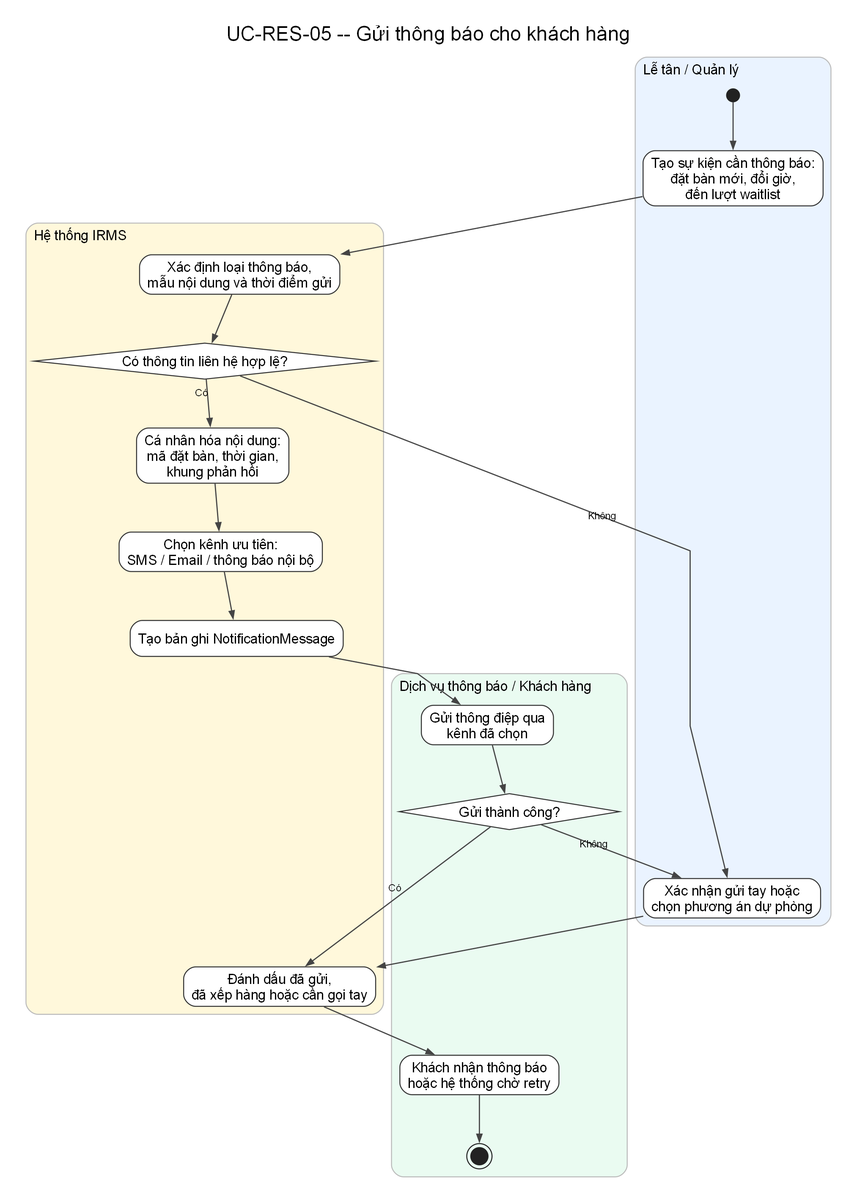
Before: assets/diagrams/rendered/activity/uc-res-05-notify-customer.png, a diagram exported from Graphviz (lehoangluan1/SA_IRMS). Its source is kept beside it as assets/diagrams/source/activity/uc-res-05-notify-customer.dot. Source of this version:
```dot
digraph G {
  charset="UTF-8";
  graph [rankdir=TB, newrank=true, splines=polyline, nodesep=0.38, ranksep=0.68, pad=0.25, dpi=170, bgcolor="white", fontname="Arial"];
  node [fontname="Arial"];
  edge [fontname="Arial", fontsize=10, color="#444444", penwidth=1.15, arrowsize=0.75];
  labelloc="t"; labeljust="c"; fontsize=20; fontname="Arial"; label="UC-RES-05 -- Gửi thông báo cho khách hàng";

  subgraph cluster_l1 {
    style="rounded,filled"; fillcolor="#EAF3FF"; color="#BBBBBB"; penwidth=1.0;
    label="Lễ tân / Quản lý"; fontsize=14; labelloc="t"; labeljust="l";
    n0 [shape=circle, label="", width=0.18, height=0.18, fixedsize=true, style=filled, fillcolor="#222222", color="#222222"];
    n1 [label="Tạo sự kiện cần thông báo:\nđặt bàn mới, đổi giờ,\nđến lượt waitlist", shape=rect, style="rounded,filled", fillcolor="white", color="#333333"];
    n8 [label="Xác nhận gửi tay hoặc\nchọn phương án dự phòng", shape=rect, style="rounded,filled", fillcolor="white", color="#333333"];
  }

  subgraph cluster_l2 {
    style="rounded,filled"; fillcolor="#FFF8DB"; color="#BBBBBB"; penwidth=1.0;
    label="Hệ thống IRMS"; fontsize=14; labelloc="t"; labeljust="l";
    n2 [label="Xác định loại thông báo,\nmẫu nội dung và thời điểm gửi", shape=rect, style="rounded,filled", fillcolor="white", color="#333333"];
    n3 [label="Có thông tin liên hệ hợp lệ?", shape=diamond, style="filled", fillcolor="white", color="#333333"];
    n4 [label="Cá nhân hóa nội dung:\nmã đặt bàn, thời gian,\nkhung phản hồi", shape=rect, style="rounded,filled", fillcolor="white", color="#333333"];
    n5 [label="Chọn kênh ưu tiên:\nSMS / Email / thông báo nội bộ", shape=rect, style="rounded,filled", fillcolor="white", color="#333333"];
    n7 [label="Tạo bản ghi NotificationMessage", shape=rect, style="rounded,filled", fillcolor="white", color="#333333"];
    n10 [label="Đánh dấu đã gửi,\nđã xếp hàng hoặc cần gọi tay", shape=rect, style="rounded,filled", fillcolor="white", color="#333333"];
  }

  subgraph cluster_l3 {
    style="rounded,filled"; fillcolor="#EAFBF1"; color="#BBBBBB"; penwidth=1.0;
    label="Dịch vụ thông báo / Khách hàng"; fontsize=14; labelloc="t"; labeljust="l";
    n6 [label="Gửi thông điệp qua\nkênh đã chọn", shape=rect, style="rounded,filled", fillcolor="white", color="#333333"];
    n9 [label="Gửi thành công?", shape=diamond, style="filled", fillcolor="white", color="#333333"];
    n11 [label="Khách nhận thông báo\nhoặc hệ thống chờ retry", shape=rect, style="rounded,filled", fillcolor="white", color="#333333"];
    n12 [shape=doublecircle, label="", width=0.24, height=0.24, fixedsize=true, style=filled, fillcolor="#222222", color="#222222"];
  }

  n0 -> n1;
  n1 -> n2;
  n2 -> n3;
  n3 -> n4 [xlabel="Có"];
  n3 -> n8 [xlabel="Không"];
  n4 -> n5;
  n5 -> n7;
  n7 -> n6;
  n6 -> n9;
  n9 -> n10 [xlabel="Có"];
  n9 -> n8 [xlabel="Không"];
  n8 -> n10;
  n10 -> n11;
  n11 -> n12;
}
```
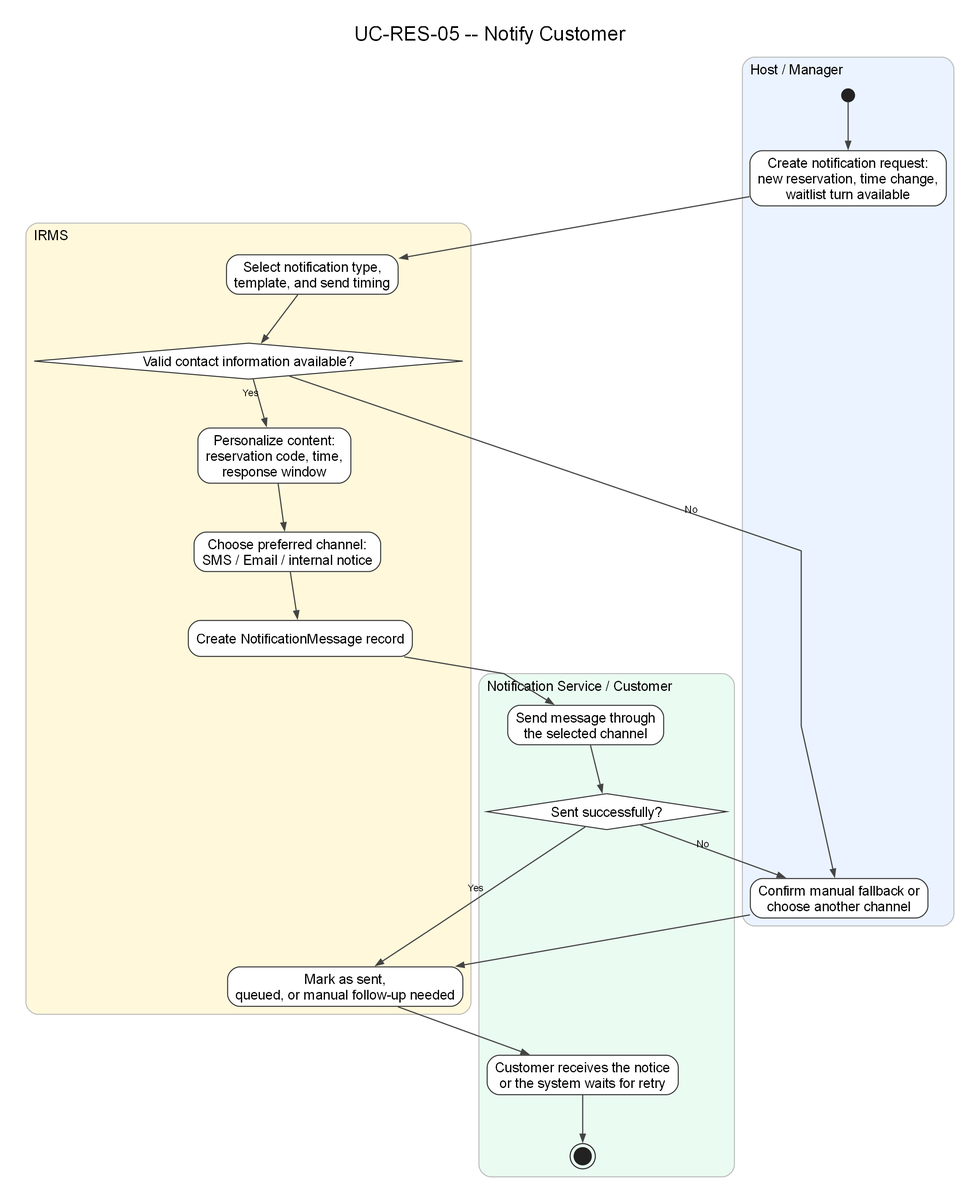
After the change.

What changed in the source:
```diff
@@ -3,47 +3,47 @@
   graph [rankdir=TB, newrank=true, splines=polyline, nodesep=0.38, ranksep=0.68, pad=0.25, dpi=170, bgcolor="white", fontname="Arial"];
   node [fontname="Arial"];
   edge [fontname="Arial", fontsize=10, color="#444444", penwidth=1.15, arrowsize=0.75];
-  labelloc="t"; labeljust="c"; fontsize=20; fontname="Arial"; label="UC-RES-05 -- Gửi thông báo cho khách hàng";
+  labelloc="t"; labeljust="c"; fontsize=20; fontname="Arial"; label="UC-RES-05 -- Notify Customer";
 
   subgraph cluster_l1 {
     style="rounded,filled"; fillcolor="#EAF3FF"; color="#BBBBBB"; penwidth=1.0;
-    label="Lễ tân / Quản lý"; fontsize=14; labelloc="t"; labeljust="l";
+    label="Host / Manager"; fontsize=14; labelloc="t"; labeljust="l";
     n0 [shape=circle, label="", width=0.18, height=0.18, fixedsize=true, style=filled, fillcolor="#222222", color="#222222"];
-    n1 [label="Tạo sự kiện cần thông báo:\nđặt bàn mới, đổi giờ,\nđến lượt waitlist", shape=rect, style="rounded,filled", fillcolor="white", color="#333333"];
-    n8 [label="Xác nhận gửi tay hoặc\nchọn phương án dự phòng", shape=rect, style="rounded,filled", fillcolor="white", color="#333333"];
+    n1 [label="Create notification request:\nnew reservation, time change,\nwaitlist turn available", shape=rect, style="rounded,filled", fillcolor="white", color="#333333"];
+    n8 [label="Confirm manual fallback or\nchoose another channel", shape=rect, style="rounded,filled", fillcolor="white", color="#333333"];
   }
 
   subgraph cluster_l2 {
     style="rounded,filled"; fillcolor="#FFF8DB"; color="#BBBBBB"; penwidth=1.0;
-    label="Hệ thống IRMS"; fontsize=14; labelloc="t"; labeljust="l";
-    n2 [label="Xác định loại thông báo,\nmẫu nội dung và thời điểm gửi", shape=rect, style="rounded,filled", fillcolor="white", color="#333333"];
-    n3 [label="Có thông tin liên hệ hợp lệ?", shape=diamond, style="filled", fillcolor="white", color="#333333"];
-    n4 [label="Cá nhân hóa nội dung:\nmã đặt bàn, thời gian,\nkhung phản hồi", shape=rect, style="rounded,filled", fillcolor="white", color="#333333"];
-    n5 [label="Chọn kênh ưu tiên:\nSMS / Email / thông báo nội bộ", shape=rect, style="rounded,filled", fillcolor="white", color="#333333"];
-    n7 [label="Tạo bản ghi NotificationMessage", shape=rect, style="rounded,filled", fillcolor="white", color="#333333"];
-    n10 [label="Đánh dấu đã gửi,\nđã xếp hàng hoặc cần gọi tay", shape=rect, style="rounded,filled", fillcolor="white", color="#333333"];
+    label="IRMS"; fontsize=14; labelloc="t"; labeljust="l";
+    n2 [label="Select notification type,\ntemplate, and send timing", shape=rect, style="rounded,filled", fillcolor="white", color="#333333"];
+    n3 [label="Valid contact information available?", shape=diamond, style="filled", fillcolor="white", color="#333333"];
+    n4 [label="Personalize content:\nreservation code, time,\nresponse window", shape=rect, style="rounded,filled", fillcolor="white", color="#333333"];
+    n5 [label="Choose preferred channel:\nSMS / Email / internal notice", shape=rect, style="rounded,filled", fillcolor="white", color="#333333"];
+    n7 [label="Create NotificationMessage record", shape=rect, style="rounded,filled", fillcolor="white", color="#333333"];
+    n10 [label="Mark as sent,\nqueued, or manual follow-up needed", shape=rect, style="rounded,filled", fillcolor="white", color="#333333"];
   }
 
   subgraph cluster_l3 {
     style="rounded,filled"; fillcolor="#EAFBF1"; color="#BBBBBB"; penwidth=1.0;
-    label="Dịch vụ thông báo / Khách hàng"; fontsize=14; labelloc="t"; labeljust="l";
-    n6 [label="Gửi thông điệp qua\nkênh đã chọn", shape=rect, style="rounded,filled", fillcolor="white", color="#333333"];
-    n9 [label="Gửi thành công?", shape=diamond, style="filled", fillcolor="white", color="#333333"];
-    n11 [label="Khách nhận thông báo\nhoặc hệ thống chờ retry", shape=rect, style="rounded,filled", fillcolor="white", color="#333333"];
+    label="Notification Service / Customer"; fontsize=14; labelloc="t"; labeljust="l";
+    n6 [label="Send message through\nthe selected channel", shape=rect, style="rounded,filled", fillcolor="white", color="#333333"];
+    n9 [label="Sent successfully?", shape=diamond, style="filled", fillcolor="white", color="#333333"];
+    n11 [label="Customer receives the notice\nor the system waits for retry", shape=rect, style="rounded,filled", fillcolor="white", color="#333333"];
     n12 [shape=doublecircle, label="", width=0.24, height=0.24, fixedsize=true, style=filled, fillcolor="#222222", color="#222222"];
   }
 
   n0 -> n1;
   n1 -> n2;
   n2 -> n3;
-  n3 -> n4 [xlabel="Có"];
-  n3 -> n8 [xlabel="Không"];
+  n3 -> n4 [xlabel="Yes"];
+  n3 -> n8 [xlabel="No"];
   n4 -> n5;
   n5 -> n7;
   n7 -> n6;
   n6 -> n9;
-  n9 -> n10 [xlabel="Có"];
-  n9 -> n8 [xlabel="Không"];
+  n9 -> n10 [xlabel="Yes"];
+  n9 -> n8 [xlabel="No"];
   n8 -> n10;
   n10 -> n11;
   n11 -> n12;
```
